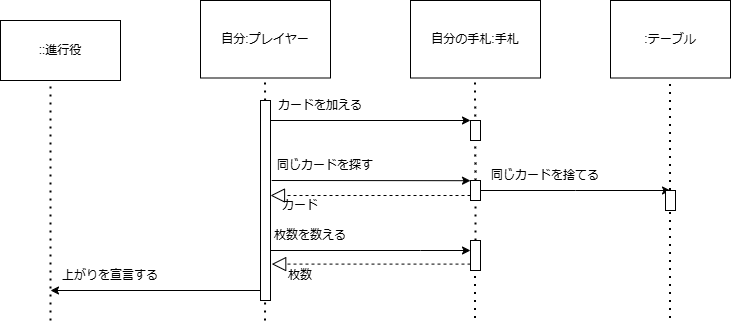
Above: work6-6.drawio.png in kenboasakura/why_java (draw.io), before the change. Source tidied: cells renumbered, new cells last; positions are measured from the earlier drawing's top-left corner, leaving out a move shared by most shapes.
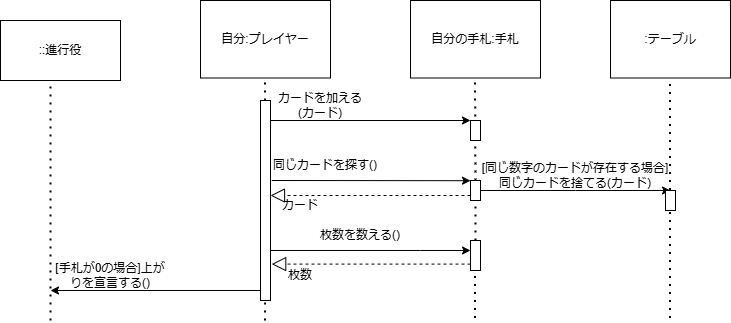
Later version of the same file.

The edit, as a diff of the source:
```diff
@@ -45,7 +45,7 @@
         <mxPoint x="470" y="120" as="targetPoint" />
       </mxGeometry>
     </mxCell>
-    <mxCell id="12" value="カードを加える" style="text;html=1;align=center;verticalAlign=middle;whiteSpace=wrap;rounded=0;" parent="1" vertex="1">
+    <mxCell id="12" value="カードを加える(カード)" style="text;html=1;align=center;verticalAlign=middle;whiteSpace=wrap;rounded=0;" parent="1" vertex="1">
       <mxGeometry x="270" y="90" width="100" height="30" as="geometry" />
     </mxCell>
     <mxCell id="13" style="endArrow=none;dashed=1;html=1;dashPattern=1 3;strokeWidth=2;rounded=0;" parent="1" edge="1" target="15">
@@ -70,13 +70,13 @@
         <mxPoint x="50" y="290" as="targetPoint" />
       </mxGeometry>
     </mxCell>
-    <mxCell id="17" value="上がりを宣言する" style="text;html=1;align=center;verticalAlign=middle;whiteSpace=wrap;rounded=0;" parent="1" vertex="1">
+    <mxCell id="17" value="[手札が0の場合]上がりを宣言する()" style="text;html=1;align=center;verticalAlign=middle;whiteSpace=wrap;rounded=0;" parent="1" vertex="1">
       <mxGeometry x="50" y="260" width="120" height="30" as="geometry" />
     </mxCell>
     <mxCell id="18" style="rounded=0;whiteSpace=wrap;html=1;" parent="1" vertex="1">
       <mxGeometry x="470" y="120" width="10" height="20" as="geometry" />
     </mxCell>
-    <mxCell id="19" value="同じカードを探す" style="text;html=1;align=center;verticalAlign=middle;whiteSpace=wrap;rounded=0;" parent="1" vertex="1">
+    <mxCell id="19" value="同じカードを探す()" style="text;html=1;align=center;verticalAlign=middle;whiteSpace=wrap;rounded=0;" parent="1" vertex="1">
       <mxGeometry x="250" y="150" width="150" height="30" as="geometry" />
     </mxCell>
     <mxCell id="20" style="endArrow=classic;html=1;rounded=0;exitX=1.12;exitY=0.374;exitDx=0;exitDy=0;exitPerimeter=0;" parent="1" edge="1">
@@ -96,14 +96,14 @@
     <mxCell id="23" style="rounded=0;whiteSpace=wrap;html=1;" parent="1" vertex="1">
       <mxGeometry x="470" y="180" width="10" height="20" as="geometry" />
     </mxCell>
-    <mxCell id="24" value="同じカードを捨てる" style="text;html=1;align=center;verticalAlign=middle;whiteSpace=wrap;rounded=0;" parent="1" vertex="1">
-      <mxGeometry x="470" y="160" width="150" height="30" as="geometry" />
+    <mxCell id="24" value="[同じ数字のカードが存在する場合]同じカードを捨てる(カード)" style="text;html=1;align=center;verticalAlign=middle;whiteSpace=wrap;rounded=0;" parent="1" vertex="1">
+      <mxGeometry x="480" y="160" width="190" height="30" as="geometry" />
     </mxCell>
     <mxCell id="25" style="rounded=0;whiteSpace=wrap;html=1;" parent="1" vertex="1">
       <mxGeometry x="665" y="190" width="10" height="20" as="geometry" />
     </mxCell>
-    <mxCell id="26" value="枚数を数える" style="text;html=1;align=center;verticalAlign=middle;whiteSpace=wrap;rounded=0;" parent="1" vertex="1">
-      <mxGeometry x="270" y="220" width="80" height="30" as="geometry" />
+    <mxCell id="26" value="枚数を数える()" style="text;html=1;align=center;verticalAlign=middle;whiteSpace=wrap;rounded=0;" parent="1" vertex="1">
+      <mxGeometry x="270" y="220" width="180" height="30" as="geometry" />
     </mxCell>
     <mxCell id="27" style="endArrow=block;dashed=1;endFill=0;endSize=12;html=1;rounded=0;entryX=1;entryY=0.5;entryDx=0;entryDy=0;exitX=0;exitY=0.75;exitDx=0;exitDy=0;exitPerimeter=0;" parent="1" edge="1" source="23">
       <mxGeometry relative="1" as="geometry">
```
